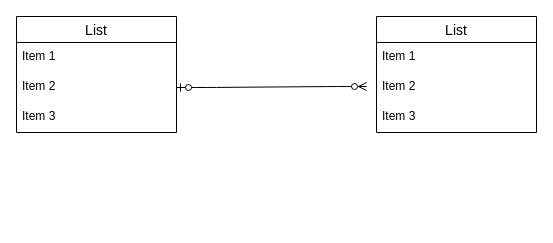
Before: app/views/layouts/test.dio in miyamatakuya/Health, a draw.io diagram. Source tidied: cells renumbered, new cells numbered last; positions are measured from the earlier drawing's top-left corner, leaving out a move shared by most shapes. Both pictures are drawn from the tidied source at 100%, with x=0, y=0 at pixel (16, 16).
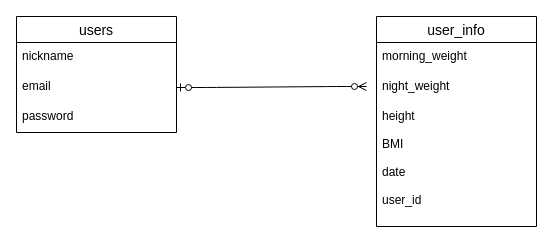
The same diagram, later.

Change to the diagram source:
```diff
@@
 <mxGraphModel>
   <root>
     <mxCell id="0" />
     <mxCell id="1" parent="0" />
-    <mxCell id="2" value="List" style="swimlane;fontStyle=0;horizontal=1;startSize=26;align=center;fontSize=14;" parent="1" vertex="1">
+    <mxCell id="2" value="users" style="swimlane;fontStyle=0;horizontal=1;startSize=26;align=center;fontSize=14;" parent="1" vertex="1">
       <mxGeometry width="160" height="116" as="geometry" />
     </mxCell>
-    <mxCell id="3" value="Item 1" style="text;strokeColor=none;fillColor=none;spacingLeft=4;spacingRight=4;overflow=hidden;fontSize=12;" parent="2" vertex="1">
+    <mxCell id="3" value="nickname" style="text;strokeColor=none;fillColor=none;spacingLeft=4;spacingRight=4;overflow=hidden;fontSize=12;" parent="2" vertex="1">
       <mxGeometry y="26" width="160" height="30" as="geometry" />
     </mxCell>
-    <mxCell id="4" value="Item 2" style="text;strokeColor=none;fillColor=none;spacingLeft=4;spacingRight=4;overflow=hidden;points=[[0,0.5],[1,0.5]];portConstraint=eastwest;fontSize=12;" parent="2" vertex="1">
+    <mxCell id="4" value="email" style="text;strokeColor=none;fillColor=none;spacingLeft=4;spacingRight=4;overflow=hidden;points=[[0,0.5],[1,0.5]];portConstraint=eastwest;fontSize=12;" parent="2" vertex="1">
       <mxGeometry y="56" width="160" height="30" as="geometry" />
     </mxCell>
-    <mxCell id="5" value="Item 3" style="text;strokeColor=none;fillColor=none;spacingLeft=4;spacingRight=4;overflow=hidden;fontSize=12;" parent="2" vertex="1">
+    <mxCell id="5" value="password" style="text;strokeColor=none;fillColor=none;spacingLeft=4;spacingRight=4;overflow=hidden;fontSize=12;" parent="2" vertex="1">
       <mxGeometry y="86" width="160" height="30" as="geometry" />
     </mxCell>
-    <mxCell id="6" value="List" style="swimlane;fontStyle=0;horizontal=1;startSize=26;align=center;fontSize=14;" parent="1" vertex="1">
-      <mxGeometry x="360" width="160" height="116" as="geometry" />
+    <mxCell id="6" value="user_info" style="swimlane;fontStyle=0;horizontal=1;startSize=26;align=center;fontSize=14;" parent="1" vertex="1">
+      <mxGeometry x="360" width="160" height="210" as="geometry" />
     </mxCell>
-    <mxCell id="7" value="Item 1" style="text;strokeColor=none;fillColor=none;spacingLeft=4;spacingRight=4;overflow=hidden;fontSize=12;" parent="6" vertex="1">
+    <mxCell id="7" value="morning_weight" style="text;strokeColor=none;fillColor=none;spacingLeft=4;spacingRight=4;overflow=hidden;fontSize=12;" parent="6" vertex="1">
       <mxGeometry y="26" width="160" height="30" as="geometry" />
     </mxCell>
-    <mxCell id="8" value="Item 2" style="text;strokeColor=none;fillColor=none;spacingLeft=4;spacingRight=4;overflow=hidden;fontSize=12;" parent="6" vertex="1">
+    <mxCell id="8" value="night_weight" style="text;strokeColor=none;fillColor=none;spacingLeft=4;spacingRight=4;overflow=hidden;fontSize=12;" parent="6" vertex="1">
       <mxGeometry y="56" width="160" height="30" as="geometry" />
     </mxCell>
-    <mxCell id="9" value="Item 3" style="text;strokeColor=none;fillColor=none;spacingLeft=4;spacingRight=4;overflow=hidden;fontSize=12;" parent="6" vertex="1">
-      <mxGeometry y="86" width="160" height="30" as="geometry" />
+    <mxCell id="9" value="height&#10;&#10;BMI&#10;&#10;date&#10;&#10;user_id" style="text;strokeColor=none;fillColor=none;spacingLeft=4;spacingRight=4;overflow=hidden;fontSize=12;" parent="6" vertex="1">
+      <mxGeometry y="86" width="160" height="124" as="geometry" />
     </mxCell>
     <mxCell id="10" style="edgeStyle=entityRelationEdgeStyle;fontSize=12;html=1;endArrow=ERzeroToMany;startArrow=ERzeroToOne;exitX=1;exitY=0.5;exitDx=0;exitDy=0;" parent="1" edge="1" source="4">
       <mxGeometry relative="1" as="geometry">
         <mxPoint x="350" y="70" as="targetPoint" />
       </mxGeometry>
     </mxCell>
   </root>
 </mxGraphModel>
```
